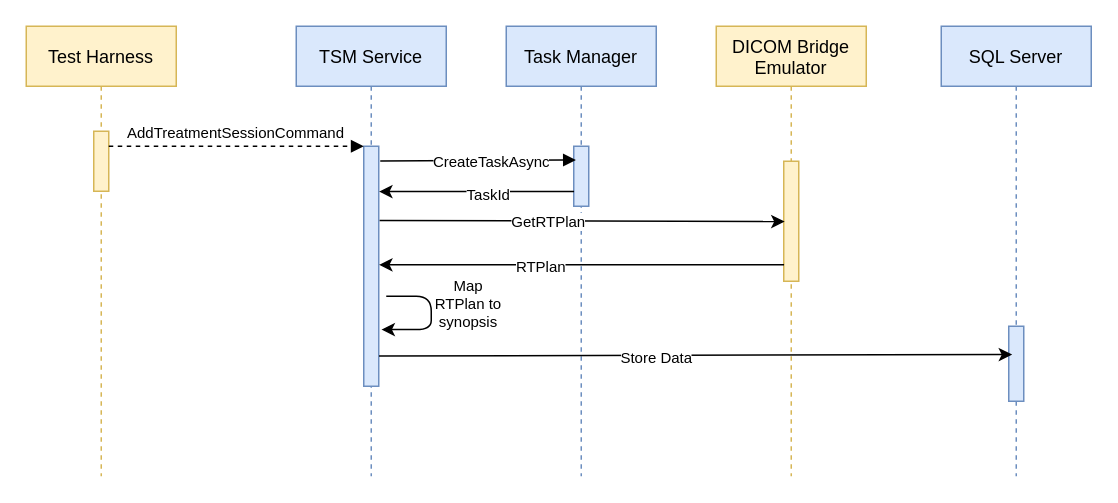
xyzish/Diagram keeps this draw.io diagram as DICOM Bridge Emulator.drawio. Above is the earlier version. Source tidied: cells renumbered, new cells numbered last; positions are measured from the earlier drawing's top-left corner, leaving out a move shared by most shapes. Both pictures are drawn from the tidied source at 150%, with x=0, y=0 at pixel (26, 26).
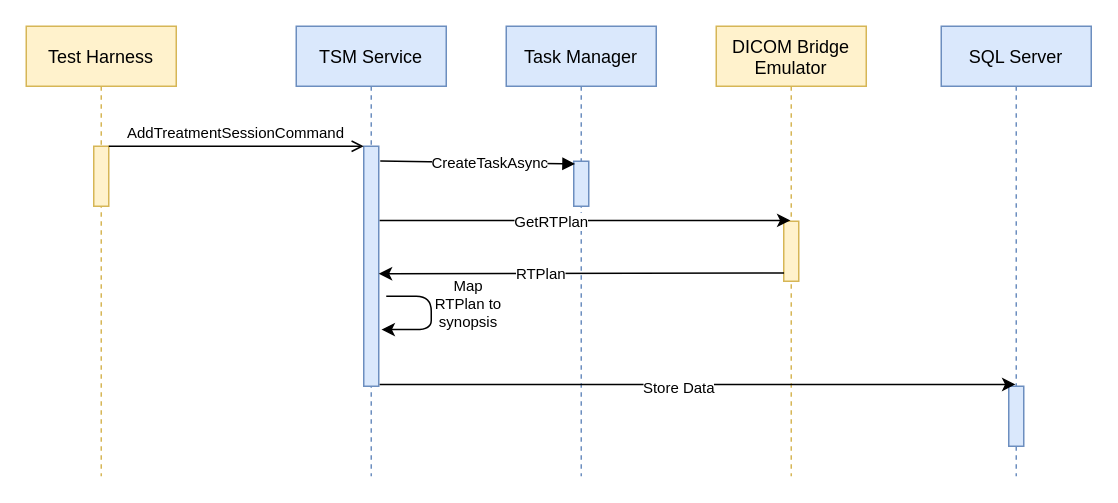
The same diagram, later.

The change refers to these unchanged cells:
```xml
<mxCell id="2" value="Test Harness" style="shape=umlLifeline;perimeter=lifelinePerimeter;rounded=0;shadow=0;strokeWidth=1;fillColor=#fff2cc;strokeColor=#d6b656;" parent="1" vertex="1">
  <mxGeometry width="100" height="300" as="geometry" />
</mxCell>
<mxCell id="4" value="TSM Service" style="shape=umlLifeline;perimeter=lifelinePerimeter;rounded=0;shadow=0;strokeWidth=1;fillColor=#dae8fc;strokeColor=#6c8ebf;" parent="1" vertex="1">
  <mxGeometry x="180" width="100" height="300" as="geometry" />
</mxCell>
<mxCell id="5" style="points=[];perimeter=orthogonalPerimeter;rounded=0;shadow=0;strokeWidth=1;fillColor=#dae8fc;strokeColor=#6c8ebf;" parent="4" vertex="1">
  <mxGeometry x="45" y="80" width="10" height="160" as="geometry" />
</mxCell>
<mxCell id="8" value="Task Manager" style="shape=umlLifeline;perimeter=lifelinePerimeter;rounded=0;shadow=0;strokeWidth=1;fillColor=#dae8fc;strokeColor=#6c8ebf;" parent="1" vertex="1">
  <mxGeometry x="320" width="100" height="300" as="geometry" />
</mxCell>
<mxCell id="10" value="DICOM Bridge&#10; Emulator" style="shape=umlLifeline;perimeter=lifelinePerimeter;rounded=0;shadow=0;strokeWidth=1;fillColor=#fff2cc;strokeColor=#d6b656;" parent="1" vertex="1">
  <mxGeometry x="460" width="100" height="300" as="geometry" />
</mxCell>
<mxCell id="21" value="SQL Server" style="shape=umlLifeline;perimeter=lifelinePerimeter;rounded=0;shadow=0;strokeWidth=1;fillColor=#dae8fc;strokeColor=#6c8ebf;" parent="1" vertex="1">
  <mxGeometry x="610" width="100" height="300" as="geometry" />
</mxCell>
```

Change to the diagram source:
```diff
@@
     <mxCell id="3" style="points=[];perimeter=orthogonalPerimeter;rounded=0;shadow=0;strokeWidth=1;fillColor=#fff2cc;strokeColor=#d6b656;" parent="2" vertex="1">
-      <mxGeometry x="45" y="70" width="10" height="40" as="geometry" />
+      <mxGeometry x="45" y="80" width="10" height="40" as="geometry" />
     </mxCell>
@@
-    <mxCell id="7" value="AddTreatmentSessionCommand" style="verticalAlign=bottom;endArrow=block;entryX=0;entryY=0;shadow=0;strokeWidth=1;dashed=1;fontSize=10;fontStyle=0;" parent="1" edge="1" source="3" target="5">
+    <mxCell id="7" value="AddTreatmentSessionCommand" style="verticalAlign=bottom;endArrow=open;entryX=0;entryY=0;shadow=0;strokeWidth=1;fontSize=10;fontStyle=0;endFill=0;" parent="1" edge="1" source="3" target="5">
       <mxGeometry relative="1" as="geometry" />
     </mxCell>
@@
     <mxCell id="9" style="points=[];perimeter=orthogonalPerimeter;rounded=0;shadow=0;strokeWidth=1;fillColor=#dae8fc;strokeColor=#6c8ebf;" parent="8" vertex="1">
-      <mxGeometry x="45" y="80" width="10" height="40" as="geometry" />
+      <mxGeometry x="45" y="90" width="10" height="30" as="geometry" />
     </mxCell>
@@
     <mxCell id="11" style="points=[];perimeter=orthogonalPerimeter;rounded=0;shadow=0;strokeWidth=1;fillColor=#fff2cc;strokeColor=#d6b656;" parent="10" vertex="1">
-      <mxGeometry x="45" y="90" width="10" height="80" as="geometry" />
+      <mxGeometry x="45" y="130" width="10" height="40" as="geometry" />
     </mxCell>
-    <mxCell id="12" style="verticalAlign=bottom;endArrow=block;shadow=0;strokeWidth=1;fontSize=10;fontStyle=0;exitX=1.1;exitY=0.061;exitDx=0;exitDy=0;exitPerimeter=0;entryX=0.143;entryY=0.229;entryDx=0;entryDy=0;entryPerimeter=0;" parent="1" edge="1" source="5" target="9">
+    <mxCell id="12" style="verticalAlign=bottom;endArrow=block;shadow=0;strokeWidth=1;fontSize=10;fontStyle=0;exitX=1.1;exitY=0.061;exitDx=0;exitDy=0;exitPerimeter=0;entryX=0.093;entryY=0.06;entryDx=0;entryDy=0;entryPerimeter=0;" parent="1" edge="1" source="5" target="9">
       <mxGeometry x="-0.02" y="10" relative="1" as="geometry" />
     </mxCell>
@@
-    <mxCell id="14" style="endArrow=classic;html=1;fontSize=10;exitX=0.02;exitY=0.755;exitDx=0;exitDy=0;exitPerimeter=0;entryX=1.02;entryY=0.189;entryDx=0;entryDy=0;entryPerimeter=0;" parent="1" edge="1" source="9" target="5">
-      <mxGeometry relative="1" as="geometry" />
-    </mxCell>
-    <mxCell id="15" value="TaskId" style="edgeLabel;html=1;align=center;verticalAlign=middle;fontSize=10;" parent="14" vertex="1">
-      <mxGeometry x="-0.11" y="1" relative="1" as="geometry" />
-    </mxCell>
-    <mxCell id="16" style="endArrow=classic;html=1;fontSize=10;exitX=1.06;exitY=0.309;exitDx=0;exitDy=0;exitPerimeter=0;entryX=0.06;entryY=0.503;entryDx=0;entryDy=0;entryPerimeter=0;" parent="1" edge="1" source="5" target="11">
+    <mxCell id="16" style="endArrow=classic;html=1;fontSize=10;exitX=1.06;exitY=0.309;exitDx=0;exitDy=0;exitPerimeter=0;" parent="1" edge="1" source="5" target="10">
       <mxGeometry relative="1" as="geometry" />
     </mxCell>
@@
-    <mxCell id="18" style="endArrow=classic;html=1;fontSize=10;entryX=1.02;entryY=0.494;entryDx=0;entryDy=0;entryPerimeter=0;exitX=0.02;exitY=0.863;exitDx=0;exitDy=0;exitPerimeter=0;" parent="1" edge="1" source="11" target="5">
-      <mxGeometry relative="1" as="geometry" />
+    <mxCell id="18" style="endArrow=classic;html=1;fontSize=10;exitX=0.02;exitY=0.863;exitDx=0;exitDy=0;exitPerimeter=0;" parent="1" edge="1" source="11">
+      <mxGeometry relative="1" as="geometry">
+        <mxPoint x="235" y="165" as="targetPoint" />
+      </mxGeometry>
     </mxCell>
@@
     <mxCell id="22" style="points=[];perimeter=orthogonalPerimeter;rounded=0;shadow=0;strokeWidth=1;fillColor=#dae8fc;strokeColor=#6c8ebf;" parent="21" vertex="1">
-      <mxGeometry x="45" y="200" width="10" height="50" as="geometry" />
+      <mxGeometry x="45" y="240" width="10" height="40" as="geometry" />
     </mxCell>
-    <mxCell id="23" style="endArrow=classic;html=1;fontSize=10;exitX=1.02;exitY=0.874;exitDx=0;exitDy=0;exitPerimeter=0;entryX=0.229;entryY=0.377;entryDx=0;entryDy=0;entryPerimeter=0;endSize=6;rounded=1;" parent="1" edge="1" source="5" target="22">
-      <mxGeometry relative="1" as="geometry" />
-    </mxCell>
+    <mxCell id="25" style="endArrow=classic;html=1;fontSize=21;exitX=0.556;exitY=0.796;exitDx=0;exitDy=0;exitPerimeter=0;" parent="1" edge="1" source="4" target="21">
+      <mxGeometry relative="1" as="geometry" />
+    </mxCell>
-    <mxCell id="24" value="Store Data" style="edgeLabel;html=1;align=center;verticalAlign=middle;fontSize=10;" parent="23" vertex="1">
-      <mxGeometry x="-0.13" y="-1" relative="1" as="geometry" />
+    <mxCell id="24" value="&lt;p style=&quot;line-height: 100%; font-size: 10px;&quot;&gt;&lt;font style=&quot;font-size: 10px;&quot;&gt;Store Data&lt;br style=&quot;font-size: 10px;&quot;&gt;&lt;/font&gt;&lt;/p&gt;" style="edgeLabel;html=1;align=center;verticalAlign=middle;fontSize=10;" parent="25" vertex="1">
+      <mxGeometry x="-0.06" y="-2" relative="1" as="geometry" />
     </mxCell>
```
